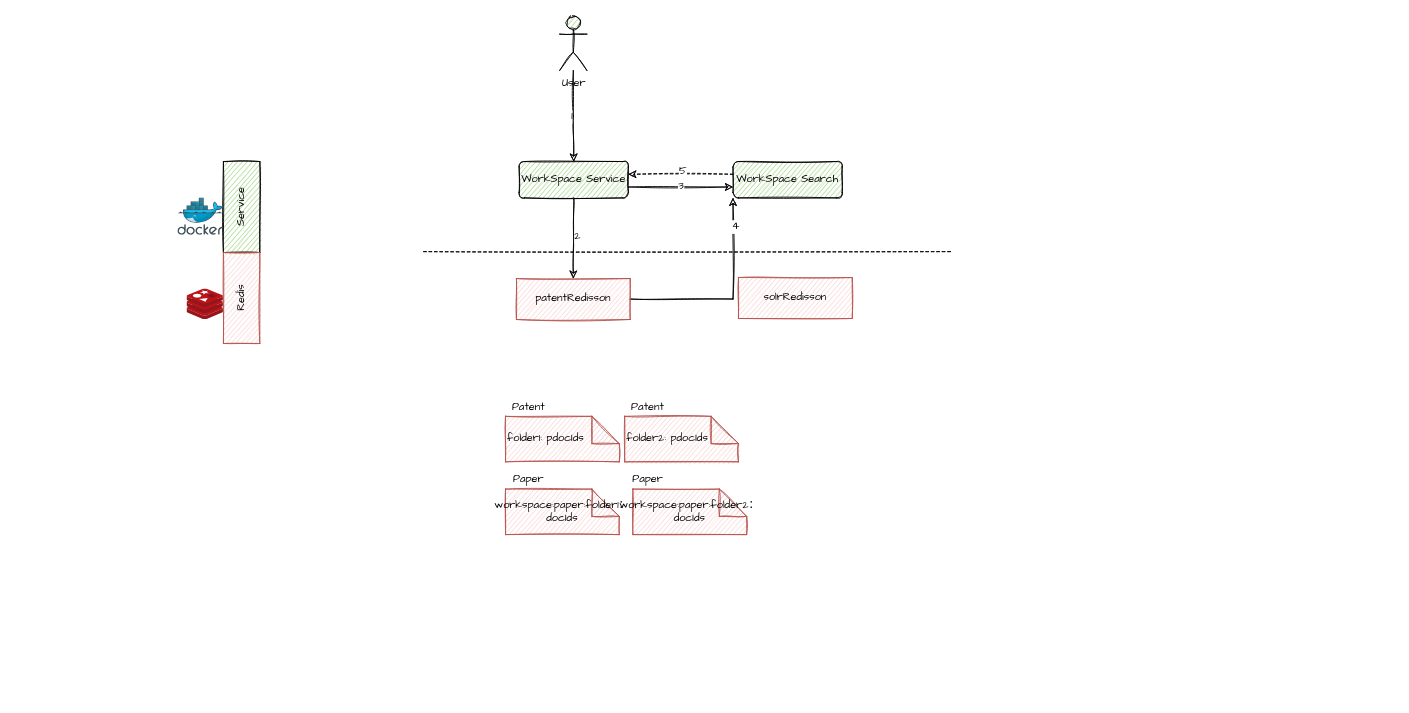
Above: page "Project Sorting" (2 of 3) of RD Innovation.drawio in yindongjun/gangzhang.github.io (draw.io), before the change. Source tidied: cells renumbered, new cells numbered last; positions are measured from the earlier drawing's top-left corner, leaving out a move shared by most shapes. Both pictures are drawn from the tidied source at 91%, with x=0, y=0 at pixel (177, 15). Pictures stored in the file or linked from it are replaced by grey dashed boxes.
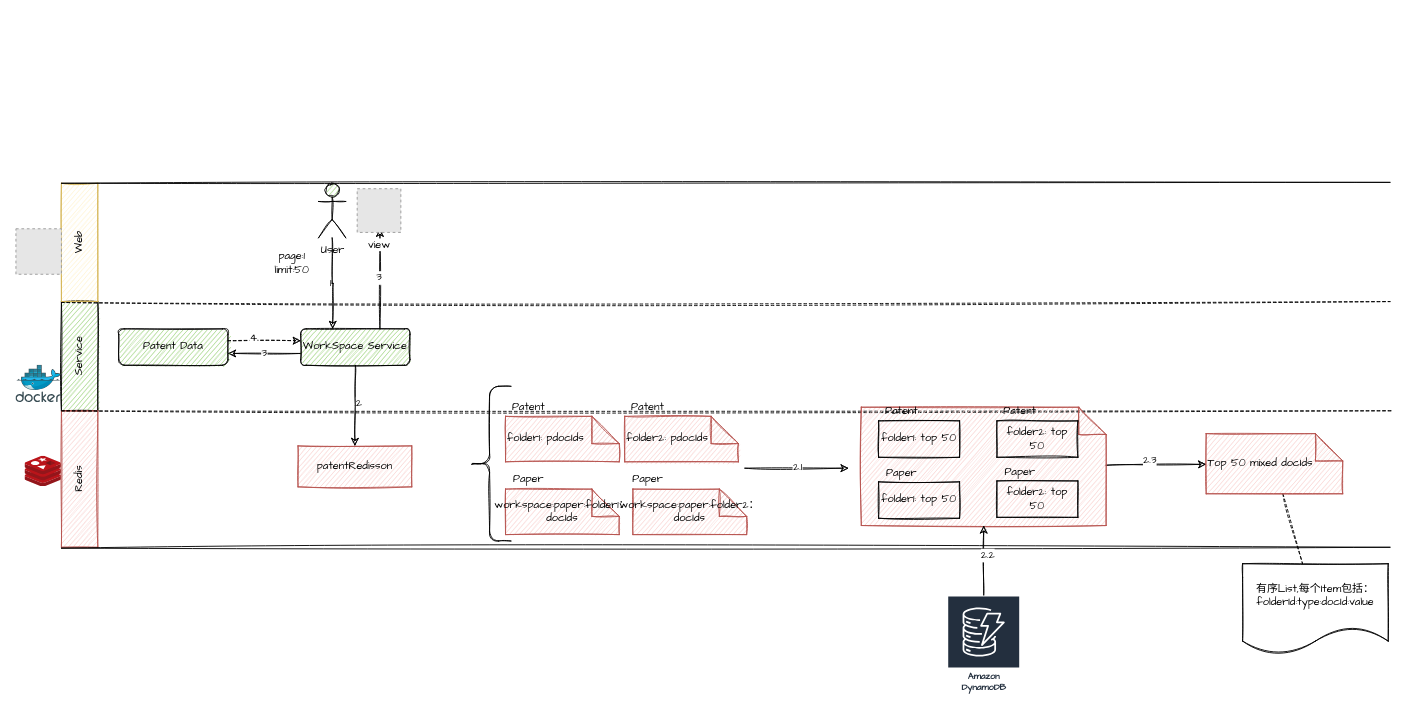
The same page after the edit.

Diff of the diagram source:
```diff
@@
-    <mxCell id="2" style="edgeStyle=orthogonalEdgeStyle;rounded=0;sketch=1;jettySize=auto;html=1;fontFamily=Comic Sans MS;fontSize=12;fontColor=none;startArrow=none;startFill=0;" parent="1" edge="1" source="5" target="21">
-      <mxGeometry relative="1" as="geometry" />
-    </mxCell>
-    <mxCell id="3" value="2" style="edgeLabel;html=1;align=center;verticalAlign=middle;fontSize=12;fontFamily=Comic Sans MS;fontColor=none;" parent="2" vertex="1">
-      <mxGeometry x="-0.06" y="3" relative="1" as="geometry" />
-    </mxCell>
-    <mxCell id="4" value="3" style="edgeStyle=orthogonalEdgeStyle;rounded=0;sketch=1;orthogonalLoop=1;jettySize=auto;html=1;fontFamily=Comic Sans MS;fontSize=12;fontColor=none;startArrow=none;startFill=0;" parent="1" edge="1">
-      <mxGeometry relative="1" as="geometry">
-        <mxPoint x="495" y="188" as="sourcePoint" />
-        <mxPoint x="610" y="188" as="targetPoint" />
-      </mxGeometry>
-    </mxCell>
-    <mxCell id="5" value="WorkSpace Service" style="rounded=1;whiteSpace=wrap;html=1;fontFamily=Comic Sans MS;sketch=1;fillColor=#97D077;" parent="1" vertex="1">
-      <mxGeometry x="375" y="160" width="120" height="40" as="geometry" />
-    </mxCell>
     <mxCell id="6" style="sketch=0;html=1;align=center;image;fontSize=12;image=img/lib/mscae/Cache_Redis_Product.svg;dashed=1;fontFamily=Comic Sans MS;fillColor=#97D077;" parent="1" vertex="1">
-      <mxGeometry x="10" y="300" width="40" height="33.6" as="geometry" />
+      <mxGeometry x="-168" y="483.9" width="40" height="33.6" as="geometry" />
     </mxCell>
     <mxCell id="7" value="Service" style="rounded=0;whiteSpace=wrap;html=1;sketch=1;fontFamily=Comic Sans MS;fillColor=#97D077;horizontal=0;" parent="1" vertex="1">
-      <mxGeometry x="50" y="160" width="40" height="100" as="geometry" />
+      <mxGeometry x="-128" y="313.9" width="40" height="120" as="geometry" />
     </mxCell>
     <mxCell id="8" value="Redis" style="rounded=0;whiteSpace=wrap;html=1;sketch=1;fontFamily=Comic Sans MS;fillColor=#f8cecc;horizontal=0;strokeColor=#b85450;" parent="1" vertex="1">
-      <mxGeometry x="50" y="260" width="40" height="100" as="geometry" />
+      <mxGeometry x="-128" y="433.9" width="40" height="150" as="geometry" />
     </mxCell>
     <mxCell id="9" style="sketch=0;html=1;align=center;image;fontSize=12;image=img/lib/mscae/Docker.svg;fontFamily=Comic Sans MS;fontColor=none;fillColor=#97D077;" parent="1" vertex="1">
-      <mxGeometry y="200" width="50" height="41" as="geometry" />
+      <mxGeometry x="-178" y="383.9" width="50" height="41" as="geometry" />
     </mxCell>
-    <mxCell id="10" style="endArrow=none;dashed=1;html=1;rounded=0;sketch=1;fontFamily=Comic Sans MS;fontColor=none;" parent="1" edge="1">
+    <mxCell id="10" style="endArrow=none;dashed=1;html=1;rounded=0;sketch=1;fontFamily=Comic Sans MS;fontColor=none;exitX=0;exitY=1;exitDx=0;exitDy=0;" parent="1" edge="1" source="7">
       <mxGeometry relative="1" as="geometry">
-        <mxPoint x="270" y="259" as="sourcePoint" />
-        <mxPoint x="850" y="259" as="targetPoint" />
+        <mxPoint x="1334" y="433.9" as="targetPoint" />
       </mxGeometry>
     </mxCell>
@@
+    <mxCell id="29" style="edgeStyle=orthogonalEdgeStyle;rounded=0;sketch=1;orthogonalLoop=1;jettySize=auto;html=1;fontFamily=Comic Sans MS;fontSize=12;fontColor=none;startArrow=none;startFill=0;" parent="1" edge="1">
+      <mxGeometry relative="1" as="geometry">
+        <mxPoint x="623" y="497" as="sourcePoint" />
+        <mxPoint x="737" y="497" as="targetPoint" />
+      </mxGeometry>
+    </mxCell>
+    <mxCell id="30" value="2.1" style="edgeLabel;html=1;align=center;verticalAlign=middle;fontSize=12;fontFamily=Comic Sans MS;fontColor=none;" parent="29" vertex="1">
+      <mxGeometry y="2" relative="1" as="geometry" />
+    </mxCell>
@@
-    <mxCell id="19" style="edgeStyle=orthogonalEdgeStyle;rounded=0;sketch=1;jettySize=auto;html=1;entryX=0;entryY=1;entryDx=0;entryDy=0;fontFamily=Comic Sans MS;fontSize=12;fontColor=none;startArrow=none;startFill=0;" parent="1" edge="1" source="21" target="24">
-      <mxGeometry relative="1" as="geometry" />
-    </mxCell>
-    <mxCell id="20" value="4" style="edgeLabel;html=1;align=center;verticalAlign=middle;fontSize=12;fontFamily=Comic Sans MS;fontColor=none;" parent="19" vertex="1">
-      <mxGeometry x="0.72" y="-2" relative="1" as="geometry" />
-    </mxCell>
+    <mxCell id="31" value="Web" style="rounded=0;whiteSpace=wrap;html=1;sketch=1;fontFamily=Comic Sans MS;fillColor=#fff2cc;horizontal=0;strokeColor=#d6b656;" parent="1" vertex="1">
+      <mxGeometry x="-128" y="183.9" width="40" height="130" as="geometry" />
+    </mxCell>
+    <mxCell id="32" style="fillColor=#E6E6E6;strokeColor=#999999;dashed=1;html=1;verticalAlign=top;verticalLabelPosition=bottom;labelBackgroundColor=#ffffff;fontFamily=Comic Sans MS;fontSize=12;fontColor=none;" parent="1" vertex="1">
+      <mxGeometry x="-178" y="233.9" width="50" height="50" as="geometry" />
+    </mxCell>
+    <mxCell id="33" style="endArrow=none;dashed=1;html=1;rounded=0;sketch=1;fontFamily=Comic Sans MS;fontColor=none;exitX=0;exitY=1;exitDx=0;exitDy=0;" parent="1" edge="1">
+      <mxGeometry relative="1" as="geometry">
+        <mxPoint x="-128" y="314.9" as="sourcePoint" />
+        <mxPoint x="1332" y="313.9" as="targetPoint" />
+      </mxGeometry>
+    </mxCell>
+    <mxCell id="34" style="endArrow=none;html=1;rounded=0;sketch=1;fontFamily=Comic Sans MS;fontColor=none;exitX=0;exitY=1;exitDx=0;exitDy=0;" parent="1" edge="1">
+      <mxGeometry relative="1" as="geometry">
+        <mxPoint x="-128" y="584.9" as="sourcePoint" />
+        <mxPoint x="1332" y="583.9" as="targetPoint" />
+      </mxGeometry>
+    </mxCell>
+    <mxCell id="35" style="endArrow=none;html=1;rounded=0;sketch=1;fontFamily=Comic Sans MS;fontColor=none;exitX=0;exitY=1;exitDx=0;exitDy=0;" parent="1" edge="1">
+      <mxGeometry relative="1" as="geometry">
+        <mxPoint x="-128" y="183.9" as="sourcePoint" />
+        <mxPoint x="1332" y="182.9" as="targetPoint" />
+      </mxGeometry>
+    </mxCell>
+    <mxCell id="2" style="edgeStyle=orthogonalEdgeStyle;rounded=0;sketch=1;jettySize=auto;html=1;fontFamily=Comic Sans MS;fontSize=12;fontColor=none;startArrow=none;startFill=0;" parent="1" edge="1" source="5" target="21">
+      <mxGeometry relative="1" as="geometry" />
+    </mxCell>
+    <mxCell id="3" value="2" style="edgeLabel;html=1;align=center;verticalAlign=middle;fontSize=12;fontFamily=Comic Sans MS;fontColor=none;" parent="2" vertex="1">
+      <mxGeometry x="-0.06" y="3" relative="1" as="geometry" />
+    </mxCell>
+    <mxCell id="4" value="3" style="edgeStyle=orthogonalEdgeStyle;rounded=0;sketch=1;orthogonalLoop=1;jettySize=auto;html=1;fontFamily=Comic Sans MS;fontSize=12;fontColor=none;startArrow=none;startFill=0;" parent="1" edge="1">
+      <mxGeometry relative="1" as="geometry">
+        <mxPoint x="135" y="370.9" as="sourcePoint" />
+        <mxPoint x="55" y="370.9" as="targetPoint" />
+      </mxGeometry>
+    </mxCell>
+    <mxCell id="36" style="edgeStyle=orthogonalEdgeStyle;rounded=0;sketch=1;orthogonalLoop=1;jettySize=auto;html=1;fontFamily=Comic Sans MS;fontSize=12;fontColor=none;startArrow=none;startFill=0;" parent="1" edge="1">
+      <mxGeometry relative="1" as="geometry">
+        <mxPoint x="222" y="343.9" as="sourcePoint" />
+        <mxPoint x="222" y="233.9" as="targetPoint" />
+      </mxGeometry>
+    </mxCell>
+    <mxCell id="37" value="3" style="edgeLabel;html=1;align=center;verticalAlign=middle;fontSize=12;fontFamily=Comic Sans MS;fontColor=none;" parent="36" vertex="1">
+      <mxGeometry x="0.02" y="2" relative="1" as="geometry" />
+    </mxCell>
+    <mxCell id="5" value="WorkSpace Service" style="rounded=1;whiteSpace=wrap;html=1;fontFamily=Comic Sans MS;sketch=1;fillColor=#97D077;" parent="1" vertex="1">
+      <mxGeometry x="135" y="343.9" width="120" height="40" as="geometry" />
+    </mxCell>
     <mxCell id="21" value="patentRedisson" style="rounded=0;whiteSpace=wrap;html=1;sketch=1;fontFamily=Comic Sans MS;fontSize=12;fillColor=#f8cecc;strokeColor=#b85450;" parent="1" vertex="1">
-      <mxGeometry x="372" y="288.6" width="125" height="45" as="geometry" />
+      <mxGeometry x="132" y="472.5" width="125" height="45" as="geometry" />
     </mxCell>
-    <mxCell id="22" style="edgeStyle=orthogonalEdgeStyle;rounded=0;sketch=1;orthogonalLoop=1;jettySize=auto;html=1;fontFamily=Comic Sans MS;fontSize=12;fontColor=none;startArrow=none;startFill=0;dashed=1;" parent="1" edge="1">
-      <mxGeometry relative="1" as="geometry">
-        <mxPoint x="610" y="174" as="sourcePoint" />
-        <mxPoint x="495" y="174" as="targetPoint" />
-      </mxGeometry>
-    </mxCell>
-    <mxCell id="23" value="5" style="edgeLabel;html=1;align=center;verticalAlign=middle;fontSize=12;fontFamily=Comic Sans MS;fontColor=none;" parent="22" vertex="1">
-      <mxGeometry x="-0.29" y="-1" relative="1" as="geometry">
-        <mxPoint x="-15" y="-3" as="offset" />
-      </mxGeometry>
-    </mxCell>
-    <mxCell id="24" value="WorkSpace Search" style="rounded=1;whiteSpace=wrap;html=1;fontFamily=Comic Sans MS;sketch=1;fillColor=#97D077;" parent="1" vertex="1">
-      <mxGeometry x="610" y="160" width="120" height="40" as="geometry" />
-    </mxCell>
-    <mxCell id="25" style="edgeStyle=orthogonalEdgeStyle;rounded=0;sketch=1;jettySize=auto;html=1;fontFamily=Comic Sans MS;fontSize=12;fontColor=none;startArrow=none;startFill=0;" parent="1" edge="1" source="27" target="5">
-      <mxGeometry relative="1" as="geometry" />
-    </mxCell>
+    <mxCell id="38" style="edgeStyle=orthogonalEdgeStyle;rounded=0;sketch=1;jettySize=auto;html=1;fontFamily=Comic Sans MS;fontSize=12;fontColor=none;startArrow=none;startFill=0;" parent="1" edge="1" source="27">
+      <mxGeometry relative="1" as="geometry">
+        <mxPoint x="170" y="343.9" as="targetPoint" />
+      </mxGeometry>
+    </mxCell>
-    <mxCell id="26" value="1" style="edgeLabel;html=1;align=center;verticalAlign=middle;fontSize=12;fontFamily=Comic Sans MS;fontColor=none;" parent="25" vertex="1">
+    <mxCell id="26" value="1" style="edgeLabel;html=1;align=center;verticalAlign=middle;fontSize=12;fontFamily=Comic Sans MS;fontColor=none;" parent="38" vertex="1">
       <mxGeometry x="-0.01" y="-2" relative="1" as="geometry">
         <mxPoint x="-2" y="-2" as="offset" />
       </mxGeometry>
     </mxCell>
     <mxCell id="27" value="User" style="shape=umlActor;verticalLabelPosition=bottom;verticalAlign=top;html=1;outlineConnect=0;sketch=1;fontFamily=Comic Sans MS;fontSize=12;fontColor=none;fillColor=#97D077;" parent="1" vertex="1">
-      <mxGeometry x="419.5" width="30" height="60" as="geometry" />
+      <mxGeometry x="154.5" y="183.9" width="30" height="60" as="geometry" />
     </mxCell>
-    <mxCell id="28" value="solrRedisson" style="rounded=0;whiteSpace=wrap;html=1;sketch=1;fontFamily=Comic Sans MS;fontSize=12;fillColor=#f8cecc;strokeColor=#b85450;" parent="1" vertex="1">
-      <mxGeometry x="616" y="287.5" width="125" height="45" as="geometry" />
-    </mxCell>
+    <mxCell id="39" style="edgeStyle=orthogonalEdgeStyle;rounded=0;sketch=1;orthogonalLoop=1;jettySize=auto;html=1;fontFamily=Comic Sans MS;fontSize=12;fontColor=none;startArrow=none;startFill=0;dashed=1;" parent="1" edge="1">
+      <mxGeometry relative="1" as="geometry">
+        <mxPoint x="55" y="356.9" as="sourcePoint" />
+        <mxPoint x="135" y="356.9" as="targetPoint" />
+      </mxGeometry>
+    </mxCell>
+    <mxCell id="20" value="4" style="edgeLabel;html=1;align=center;verticalAlign=middle;fontSize=12;fontFamily=Comic Sans MS;fontColor=none;" parent="39" vertex="1">
+      <mxGeometry x="-0.33" y="2" relative="1" as="geometry" />
+    </mxCell>
+    <mxCell id="40" value="Patent Data" style="rounded=1;whiteSpace=wrap;html=1;fontFamily=Comic Sans MS;sketch=1;fillColor=#97D077;" parent="1" vertex="1">
+      <mxGeometry x="-65" y="343.9" width="120" height="40" as="geometry" />
+    </mxCell>
+    <mxCell id="41" value="view" style="fillColor=#E6E6E6;strokeColor=#999999;dashed=1;html=1;verticalAlign=top;verticalLabelPosition=bottom;labelBackgroundColor=#ffffff;fontFamily=Comic Sans MS;fontSize=12;fontColor=none;" parent="1" vertex="1">
+      <mxGeometry x="197" y="189.9" width="48" height="48" as="geometry" />
+    </mxCell>
+    <mxCell id="42" style="shape=curlyBracket;whiteSpace=wrap;html=1;rounded=1;sketch=1;fontFamily=Comic Sans MS;fontSize=12;fontColor=none;fillColor=#97D077;rotation=0;" parent="1" vertex="1">
+      <mxGeometry x="319" y="407" width="47" height="170" as="geometry" />
+    </mxCell>
+    <mxCell id="43" value="page:1&lt;br&gt;limit:50" style="text;html=1;align=center;verticalAlign=middle;strokeColor=none;fillColor=none;fontSize=12;fontFamily=Comic Sans MS;fontColor=none;" parent="1" vertex="1">
+      <mxGeometry x="94.5" y="257" width="60" height="30" as="geometry" />
+    </mxCell>
+    <mxCell id="44" style="edgeStyle=none;rounded=0;sketch=1;jettySize=auto;html=1;fontFamily=Comic Sans MS;fontSize=12;fontColor=none;startArrow=none;startFill=0;endArrow=classic;endFill=1;" parent="1" edge="1" source="46" target="59">
+      <mxGeometry relative="1" as="geometry" />
+    </mxCell>
+    <mxCell id="45" value="2.3" style="edgeLabel;html=1;align=center;verticalAlign=middle;fontSize=12;fontFamily=Comic Sans MS;fontColor=none;" parent="44" vertex="1">
+      <mxGeometry x="-0.13" y="5" relative="1" as="geometry" />
+    </mxCell>
+    <mxCell id="46" style="shape=note;whiteSpace=wrap;html=1;backgroundOutline=1;darkOpacity=0.05;sketch=1;fontFamily=Comic Sans MS;fillColor=#f8cecc;strokeColor=#b85450;align=left;" parent="1" vertex="1">
+      <mxGeometry x="751" y="430" width="269" height="130" as="geometry" />
+    </mxCell>
+    <mxCell id="47" value="folder1: top 50" style="rounded=0;whiteSpace=wrap;html=1;sketch=1;fontFamily=Comic Sans MS;fontSize=12;fontColor=none;fillColor=none;" parent="1" vertex="1">
+      <mxGeometry x="770" y="445" width="89" height="40" as="geometry" />
+    </mxCell>
+    <mxCell id="48" value="folder2: top 50" style="rounded=0;whiteSpace=wrap;html=1;sketch=1;fontFamily=Comic Sans MS;fontSize=12;fontColor=none;fillColor=none;" parent="1" vertex="1">
+      <mxGeometry x="900" y="445" width="89" height="40" as="geometry" />
+    </mxCell>
+    <mxCell id="49" value="folder1: top 50" style="rounded=0;whiteSpace=wrap;html=1;sketch=1;fontFamily=Comic Sans MS;fontSize=12;fontColor=none;fillColor=none;" parent="1" vertex="1">
+      <mxGeometry x="770" y="512" width="89" height="40" as="geometry" />
+    </mxCell>
+    <mxCell id="50" value="Patent" style="text;html=1;align=center;verticalAlign=middle;strokeColor=none;fillColor=none;fontFamily=Comic Sans MS;fontColor=none;" parent="1" vertex="1">
+      <mxGeometry x="770" y="425" width="50" height="20" as="geometry" />
+    </mxCell>
+    <mxCell id="51" value="Patent" style="text;html=1;align=center;verticalAlign=middle;strokeColor=none;fillColor=none;fontFamily=Comic Sans MS;fontColor=none;" parent="1" vertex="1">
+      <mxGeometry x="900" y="425" width="50" height="20" as="geometry" />
+    </mxCell>
+    <mxCell id="52" value="Paper" style="text;html=1;align=center;verticalAlign=middle;strokeColor=none;fillColor=none;fontFamily=Comic Sans MS;fontColor=none;" parent="1" vertex="1">
+      <mxGeometry x="770" y="493" width="50" height="20" as="geometry" />
+    </mxCell>
+    <mxCell id="53" value="folder2: top 50" style="rounded=0;whiteSpace=wrap;html=1;sketch=1;fontFamily=Comic Sans MS;fontSize=12;fontColor=none;fillColor=none;" parent="1" vertex="1">
+      <mxGeometry x="900" y="511" width="89" height="40" as="geometry" />
+    </mxCell>
+    <mxCell id="54" value="Paper" style="text;html=1;align=center;verticalAlign=middle;strokeColor=none;fillColor=none;fontFamily=Comic Sans MS;fontColor=none;" parent="1" vertex="1">
+      <mxGeometry x="900" y="492" width="50" height="20" as="geometry" />
+    </mxCell>
+    <mxCell id="55" style="edgeStyle=orthogonalEdgeStyle;rounded=0;sketch=1;jettySize=auto;html=1;fontFamily=Comic Sans MS;fontSize=12;fontColor=none;startArrow=none;startFill=0;" parent="1" edge="1" source="57" target="46">
+      <mxGeometry relative="1" as="geometry" />
+    </mxCell>
+    <mxCell id="56" value="2.2" style="edgeLabel;html=1;align=center;verticalAlign=middle;fontSize=12;fontFamily=Comic Sans MS;fontColor=none;" parent="55" vertex="1">
+      <mxGeometry x="0.18" y="-4" relative="1" as="geometry" />
+    </mxCell>
+    <mxCell id="57" value="Amazon DynamoDB" style="sketch=0;outlineConnect=0;fontColor=#232F3E;gradientColor=none;strokeColor=#ffffff;fillColor=#232F3E;dashed=0;verticalLabelPosition=middle;verticalAlign=bottom;align=center;html=1;whiteSpace=wrap;fontSize=10;fontStyle=1;spacing=3;shape=mxgraph.aws4.productIcon;prIcon=mxgraph.aws4.dynamodb;fontFamily=Comic Sans MS;" parent="1" vertex="1">
+      <mxGeometry x="845.5" y="637" width="80" height="110" as="geometry" />
+    </mxCell>
+    <mxCell id="58" style="rounded=0;sketch=1;jettySize=auto;html=1;fontFamily=Comic Sans MS;fontSize=12;fontColor=none;startArrow=none;startFill=0;endArrow=none;endFill=0;dashed=1;" parent="1" edge="1" source="59" target="60">
+      <mxGeometry relative="1" as="geometry" />
+    </mxCell>
+    <mxCell id="59" value="Top 50 mixed docIds" style="shape=note;whiteSpace=wrap;html=1;backgroundOutline=1;darkOpacity=0.05;sketch=1;fontFamily=Comic Sans MS;fillColor=#f8cecc;strokeColor=#b85450;align=left;" parent="1" vertex="1">
+      <mxGeometry x="1130" y="459" width="150" height="66.1" as="geometry" />
+    </mxCell>
+    <mxCell id="60" value="有序List,每个Item包括：folderId:type:docId:value" style="shape=document;whiteSpace=wrap;html=1;boundedLbl=1;sketch=1;fontFamily=Comic Sans MS;fontSize=12;fontColor=none;fillColor=none;" parent="1" vertex="1">
+      <mxGeometry x="1170" y="602" width="160" height="100" as="geometry" />
+    </mxCell>
```
